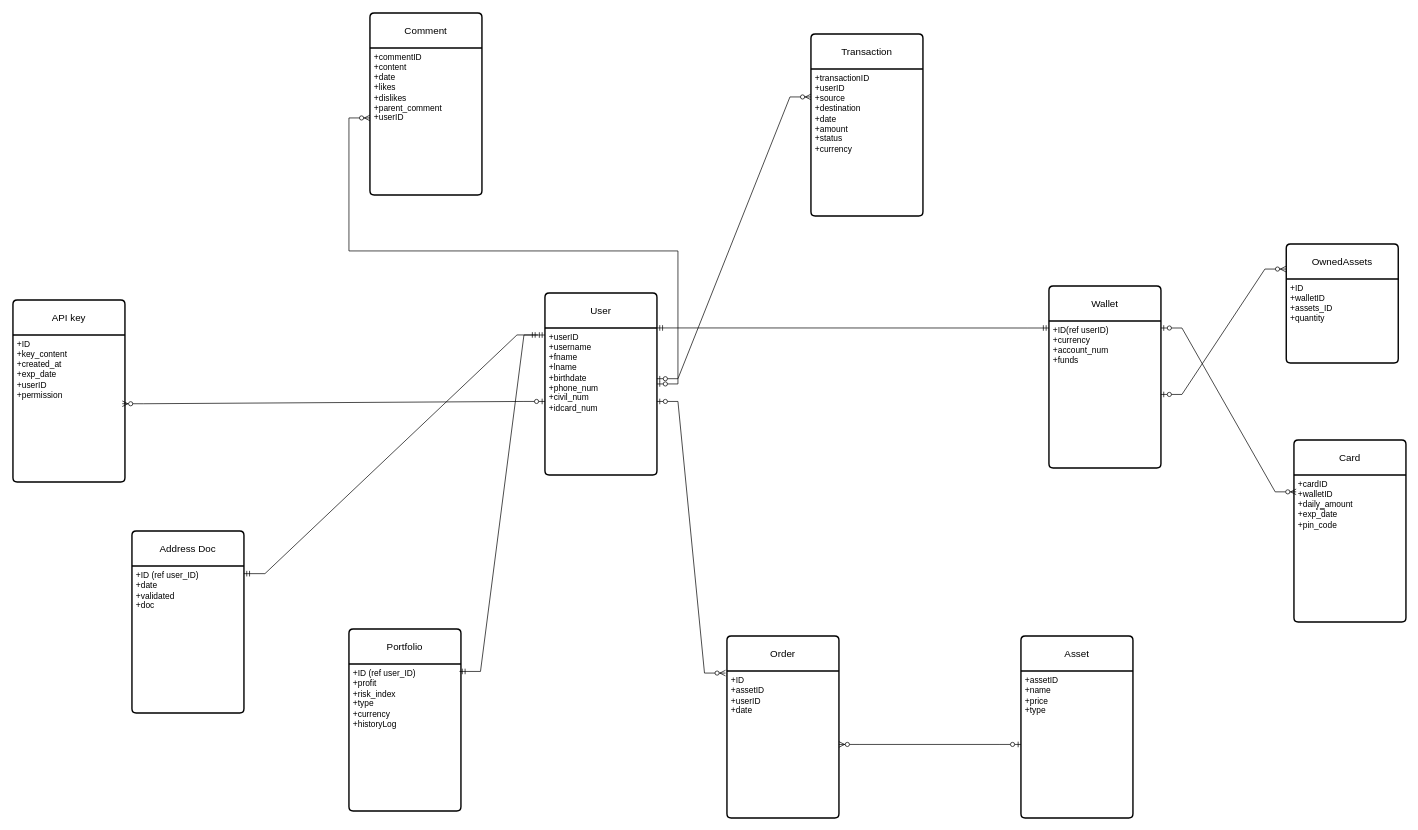
ThEMueA/dataModeling keeps this draw.io diagram as Логически модел.drawio. Above is the earlier version. Source tidied: cells renumbered, new cells numbered last; positions are measured from the earlier drawing's top-left corner, leaving out a move shared by most shapes. Both pictures are drawn from the tidied source at 70%, with x=0, y=0 at pixel (13, 13).
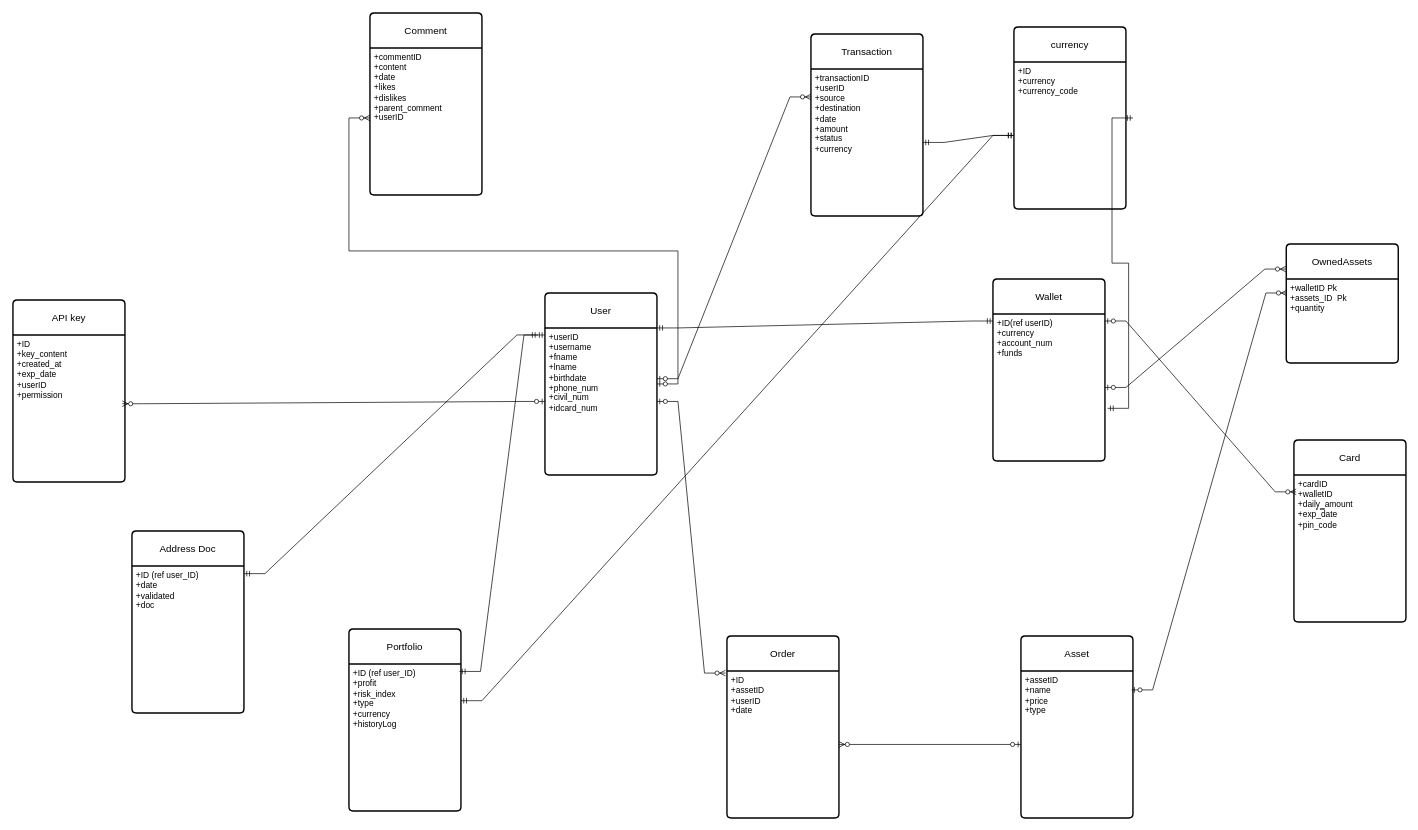
The same page after the edit.

The change refers to these unchanged cells:
```xml
<mxCell id="5" value="+ID(ref userID)&lt;div&gt;+currency&lt;/div&gt;&lt;div&gt;+account_num&lt;/div&gt;&lt;div&gt;+funds&lt;br&gt;&lt;div&gt;&lt;br&gt;&lt;/div&gt;&lt;/div&gt;" style="align=left;strokeColor=none;fillColor=none;spacingLeft=4;spacingRight=4;fontSize=12;verticalAlign=top;html=1;whiteSpace=wrap;" parent="4" vertex="1">
  <mxGeometry y="50" width="160" height="210" as="geometry" />
</mxCell>
<mxCell id="7" value="+ID (ref user_ID)&lt;br&gt;+profit&lt;br&gt;+risk_index&lt;div&gt;+type&lt;/div&gt;&lt;div&gt;+currency&lt;/div&gt;&lt;div&gt;+historyLog&lt;br&gt;&lt;div&gt;&lt;br&gt;&lt;/div&gt;&lt;/div&gt;" style="align=left;strokeColor=none;fillColor=none;spacingLeft=4;spacingRight=4;fontSize=12;verticalAlign=top;html=1;whiteSpace=wrap;" parent="6" vertex="1">
  <mxGeometry y="50" width="160" height="210" as="geometry" />
</mxCell>
<mxCell id="13" value="+assetID&lt;br&gt;+name&lt;br&gt;+price&lt;div&gt;+type&lt;/div&gt;&lt;div&gt;&lt;br&gt;&lt;/div&gt;&lt;div&gt;&lt;br&gt;&lt;div&gt;&lt;br&gt;&lt;/div&gt;&lt;/div&gt;" style="align=left;strokeColor=none;fillColor=none;spacingLeft=4;spacingRight=4;fontSize=12;verticalAlign=top;html=1;whiteSpace=wrap;" parent="12" vertex="1">
  <mxGeometry y="50" width="160" height="210" as="geometry" />
</mxCell>
<mxCell id="17" value="+transactionID&lt;br&gt;+userID&lt;div&gt;+source&lt;br&gt;+destination&lt;div&gt;+date&lt;/div&gt;&lt;div&gt;+amount&lt;/div&gt;&lt;div&gt;+status&lt;/div&gt;&lt;div&gt;+currency&lt;br&gt;&lt;div&gt;&lt;br&gt;&lt;/div&gt;&lt;/div&gt;&lt;/div&gt;" style="align=left;strokeColor=none;fillColor=none;spacingLeft=4;spacingRight=4;fontSize=12;verticalAlign=top;html=1;whiteSpace=wrap;" parent="16" vertex="1">
  <mxGeometry y="50" width="160" height="210" as="geometry" />
</mxCell>
<mxCell id="31" value="OwnedAssets" style="swimlane;horizontal=1;startSize=50;rounded=1;fontSize=14;fontStyle=0;strokeWidth=2;shadow=0;dashed=0;align=center;arcSize=4;whiteSpace=wrap;html=1;" parent="1" vertex="1">
  <mxGeometry x="1819" y="330" width="160" height="170" as="geometry" />
</mxCell>
```

What changed in the source:
```diff
@@
     <mxCell id="4" value="Wallet" style="swimlane;horizontal=1;startSize=50;rounded=1;fontSize=14;fontStyle=0;strokeWidth=2;shadow=0;dashed=0;align=center;arcSize=4;whiteSpace=wrap;html=1;" parent="1" vertex="1">
-      <mxGeometry x="1480" y="390" width="160" height="260" as="geometry" />
+      <mxGeometry x="1400" y="380" width="160" height="260" as="geometry" />
     </mxCell>
@@
-    <mxCell id="32" value="&lt;div&gt;+ID&lt;/div&gt;+walletID&lt;div&gt;+assets_ID&lt;/div&gt;&lt;div&gt;+quantity&lt;/div&gt;&lt;div&gt;&lt;br&gt;&lt;/div&gt;&lt;div&gt;&lt;br&gt;&lt;div&gt;&lt;br&gt;&lt;/div&gt;&lt;/div&gt;" style="align=left;strokeColor=none;fillColor=none;spacingLeft=4;spacingRight=4;fontSize=12;verticalAlign=top;html=1;whiteSpace=wrap;" parent="31" vertex="1">
+    <mxCell id="32" value="&lt;div&gt;&lt;span style=&quot;background-color: transparent; color: light-dark(rgb(0, 0, 0), rgb(255, 255, 255));&quot;&gt;+walletID Pk&lt;/span&gt;&lt;/div&gt;&lt;div&gt;+assets_ID&amp;nbsp; Pk&lt;/div&gt;&lt;div&gt;+quantity&lt;/div&gt;&lt;div&gt;&lt;br&gt;&lt;/div&gt;&lt;div&gt;&lt;br&gt;&lt;div&gt;&lt;br&gt;&lt;/div&gt;&lt;/div&gt;" style="align=left;strokeColor=none;fillColor=none;spacingLeft=4;spacingRight=4;fontSize=12;verticalAlign=top;html=1;whiteSpace=wrap;" parent="31" vertex="1">
       <mxGeometry y="50" width="160" height="120" as="geometry" />
     </mxCell>
@@
+    <mxCell id="34" style="edgeStyle=entityRelationEdgeStyle;fontSize=12;html=1;endArrow=ERzeroToMany;startArrow=ERzeroToOne;rounded=0;entryX=0.006;entryY=0.167;entryDx=0;entryDy=0;entryPerimeter=0;exitX=0.988;exitY=0.129;exitDx=0;exitDy=0;exitPerimeter=0;" parent="1" edge="1" source="13" target="32">
+      <mxGeometry relative="1" as="geometry" />
+    </mxCell>
+    <mxCell id="35" value="currency" style="swimlane;horizontal=1;startSize=50;rounded=1;fontSize=14;fontStyle=0;strokeWidth=2;shadow=0;dashed=0;align=center;arcSize=4;whiteSpace=wrap;html=1;" parent="1" vertex="1">
+      <mxGeometry x="1430" y="20" width="160" height="260" as="geometry" />
+    </mxCell>
+    <mxCell id="36" value="+ID&lt;div&gt;+currency&lt;/div&gt;&lt;div&gt;+currency_code&lt;/div&gt;&lt;div&gt;&lt;br&gt;&lt;/div&gt;&lt;div&gt;&lt;div&gt;&lt;br&gt;&lt;/div&gt;&lt;/div&gt;" style="align=left;strokeColor=none;fillColor=none;spacingLeft=4;spacingRight=4;fontSize=12;verticalAlign=top;html=1;whiteSpace=wrap;" parent="35" vertex="1">
+      <mxGeometry y="50" width="160" height="210" as="geometry" />
+    </mxCell>
+    <mxCell id="37" style="edgeStyle=entityRelationEdgeStyle;fontSize=12;html=1;endArrow=ERmandOne;startArrow=ERmandOne;rounded=0;" parent="1" edge="1" source="17" target="36">
+      <mxGeometry relative="1" as="geometry" />
+    </mxCell>
+    <mxCell id="38" style="edgeStyle=entityRelationEdgeStyle;fontSize=12;html=1;endArrow=ERmandOne;startArrow=ERmandOne;rounded=0;exitX=1.063;exitY=0.381;exitDx=0;exitDy=0;exitPerimeter=0;entryX=1.024;entryY=0.642;entryDx=0;entryDy=0;entryPerimeter=0;" parent="1" edge="1" source="36" target="5">
+      <mxGeometry relative="1" as="geometry" />
+    </mxCell>
+    <mxCell id="39" style="edgeStyle=entityRelationEdgeStyle;fontSize=12;html=1;endArrow=ERmandOne;startArrow=ERmandOne;rounded=0;exitX=1;exitY=0.25;exitDx=0;exitDy=0;" parent="1" edge="1" source="7" target="36">
+      <mxGeometry relative="1" as="geometry" />
+    </mxCell>
```
